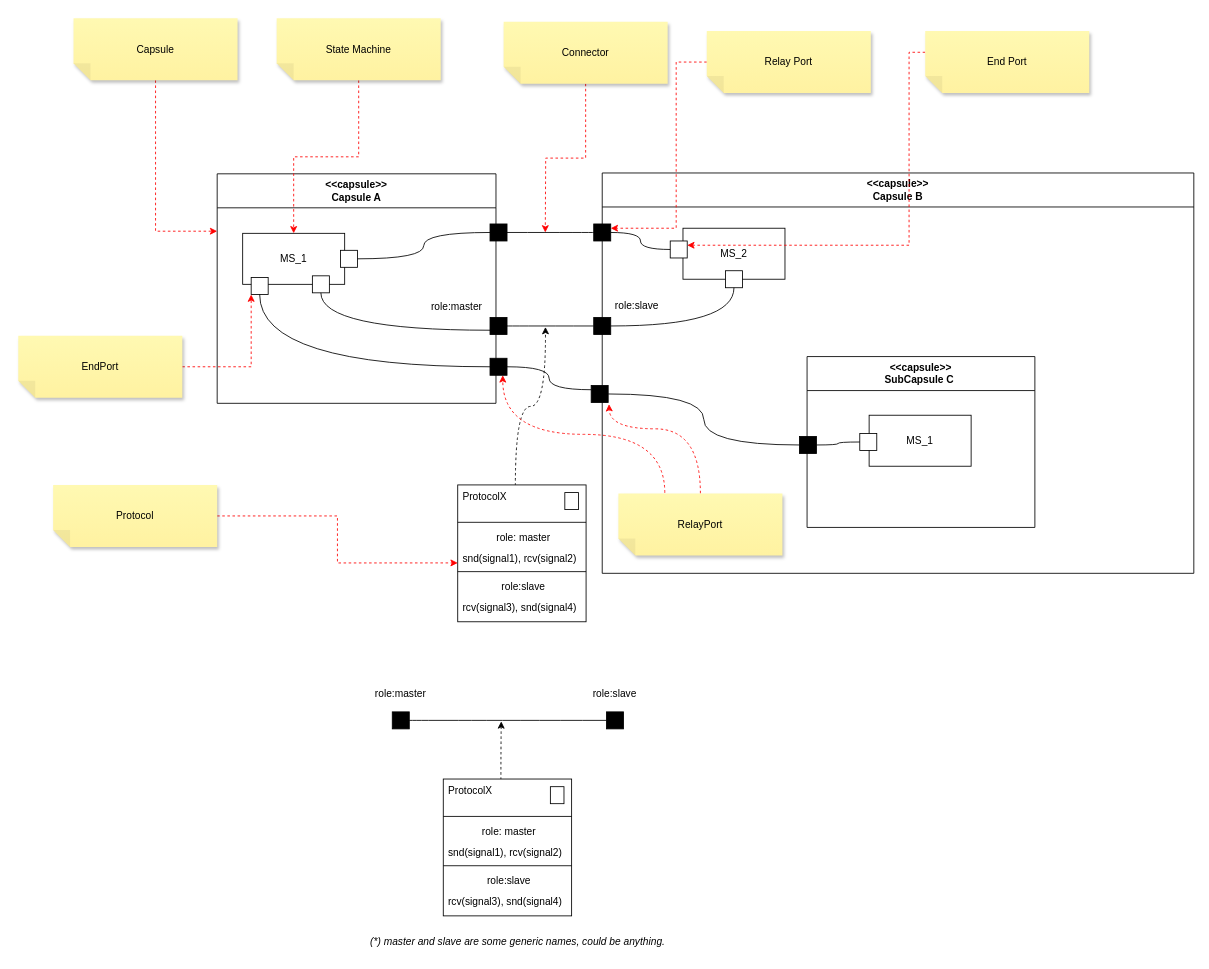
Earlier version of the draw.io diagram page "Capsule" (1 of 5) of docs/rt-modeling/capsules/capsule.drawio (automatica-cluj/exemple-isp-2025). Source tidied: cells renumbered, new cells numbered last; positions are measured from the earlier drawing's top-left corner, leaving out a move shared by most shapes. Both pictures are drawn from the tidied source at 85%, with x=0, y=0 at pixel (18, 18).
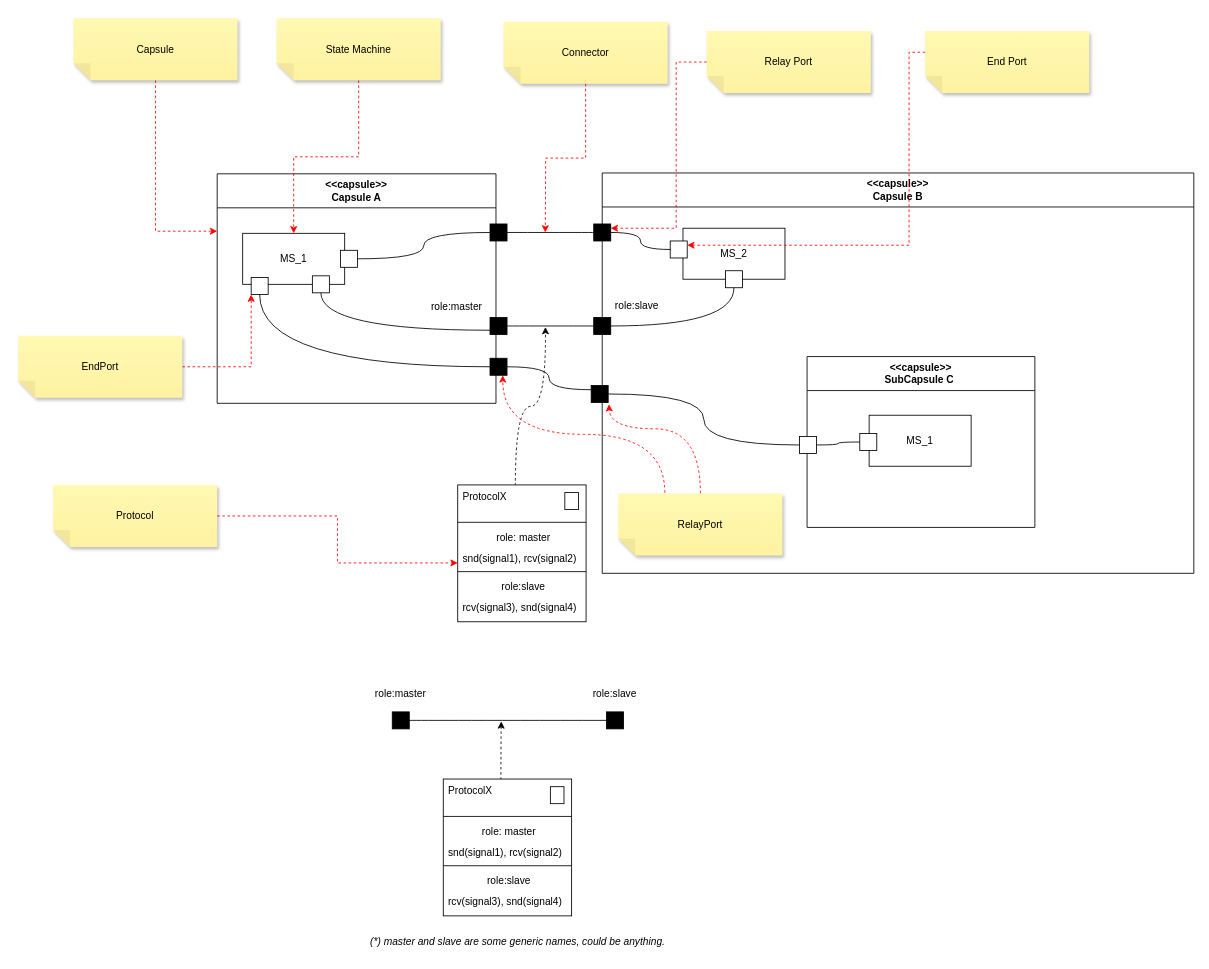
The same page after the edit.

Unchanged cells that the change refers to:
```xml
<mxCell id="15" value="&lt;div&gt;&amp;lt;&amp;lt;capsule&amp;gt;&amp;gt;&lt;/div&gt;SubCapsule C&amp;nbsp;" style="swimlane;whiteSpace=wrap;html=1;startSize=40;" parent="11" vertex="1">
  <mxGeometry x="241" y="216" width="268" height="201" as="geometry" />
</mxCell>
```

The edit, as a diff of the source:
```diff
@@
-    <mxCell id="19" style="rounded=0;whiteSpace=wrap;html=1;fillColor=#000000;" parent="15" vertex="1">
+    <mxCell id="19" style="rounded=0;whiteSpace=wrap;html=1;fillColor=#FFFFFF;" parent="15" vertex="1">
       <mxGeometry x="-9" y="94" width="20" height="20" as="geometry" />
     </mxCell>
```
